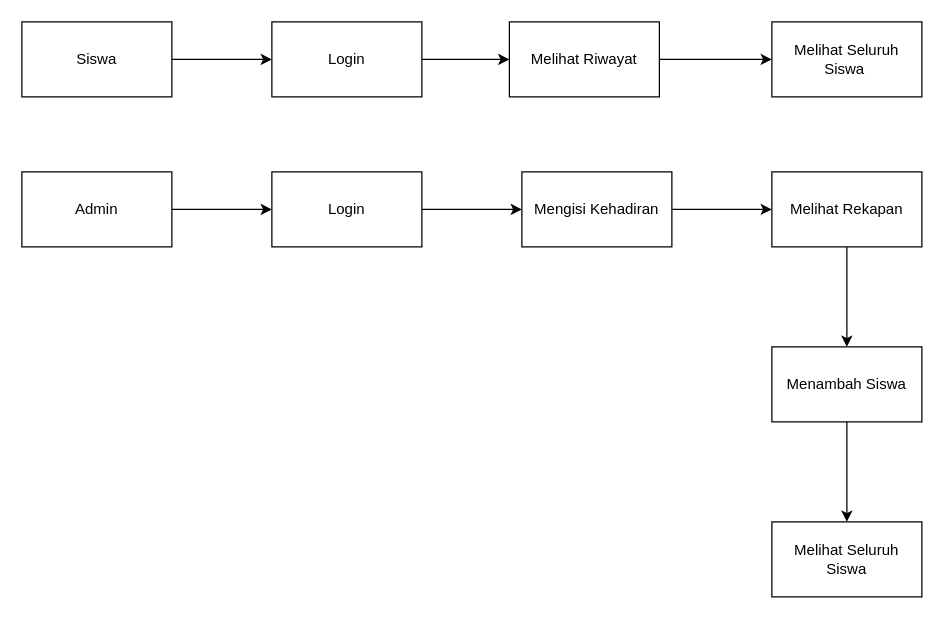
Above: Untitled Diagram.drawio in Tiaralstari/Tugass (draw.io), before the change. Source tidied: cells renumbered, new cells numbered last; positions are measured from the earlier drawing's top-left corner, leaving out a move shared by most shapes. Both pictures are drawn from the tidied source at 125%, with x=0, y=0 at pixel (21, 21).
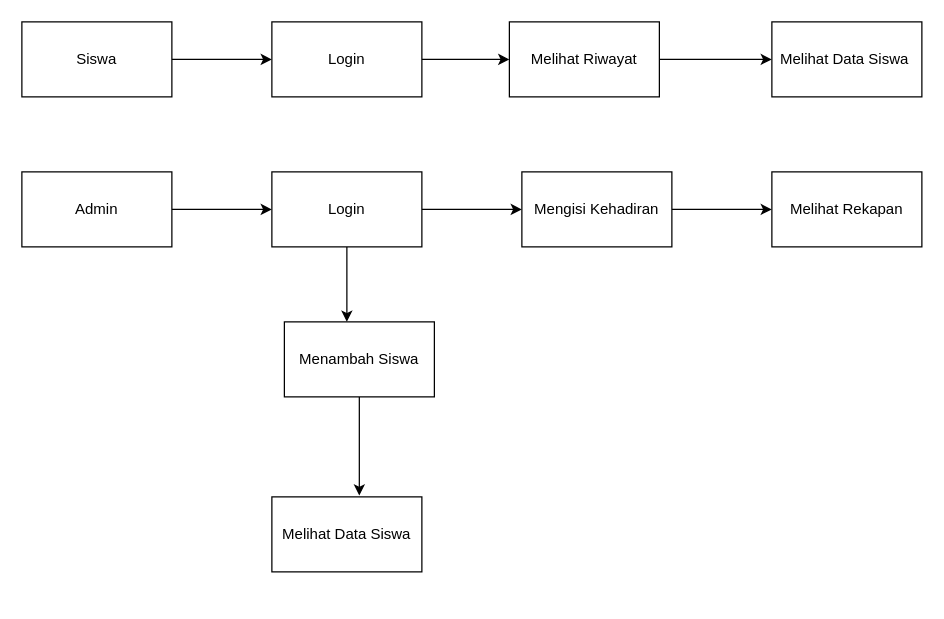
The same page after the edit.

Unchanged cells that the change refers to:
```xml
<mxCell id="12" value="Login" style="rounded=0;whiteSpace=wrap;html=1;" parent="1" vertex="1">
  <mxGeometry x="200" y="120" width="120" height="60" as="geometry" />
</mxCell>
<mxCell id="16" value="Melihat Rekapan" style="rounded=0;whiteSpace=wrap;html=1;" parent="1" vertex="1">
  <mxGeometry x="600" y="120" width="120" height="60" as="geometry" />
</mxCell>
```

What changed in the source:
```diff
@@
-    <mxCell id="8" value="Melihat Seluruh Siswa&amp;nbsp;" style="rounded=0;whiteSpace=wrap;html=1;" parent="1" vertex="1">
+    <mxCell id="8" value="Melihat Data Siswa&amp;nbsp;" style="rounded=0;whiteSpace=wrap;html=1;" parent="1" vertex="1">
       <mxGeometry x="600" width="120" height="60" as="geometry" />
     </mxCell>
@@
-    <mxCell id="15" style="edgeStyle=orthogonalEdgeStyle;rounded=0;jettySize=auto;html=1;" parent="1" edge="1" source="16" target="18">
-      <mxGeometry relative="1" as="geometry" />
-    </mxCell>
@@
-    <mxCell id="17" style="edgeStyle=orthogonalEdgeStyle;rounded=0;jettySize=auto;html=1;" parent="1" edge="1" source="18" target="19">
-      <mxGeometry relative="1" as="geometry" />
-    </mxCell>
     <mxCell id="18" value="Menambah Siswa" style="rounded=0;whiteSpace=wrap;html=1;" parent="1" vertex="1">
-      <mxGeometry x="600" y="260" width="120" height="60" as="geometry" />
+      <mxGeometry x="210" y="240" width="120" height="60" as="geometry" />
     </mxCell>
-    <mxCell id="19" value="Melihat Seluruh Siswa" style="rounded=0;whiteSpace=wrap;html=1;" parent="1" vertex="1">
-      <mxGeometry x="600" y="400" width="120" height="60" as="geometry" />
+    <mxCell id="19" value="Melihat Data Siswa" style="rounded=0;whiteSpace=wrap;html=1;" parent="1" vertex="1">
+      <mxGeometry x="200" y="380" width="120" height="60" as="geometry" />
     </mxCell>
+    <mxCell id="20" style="edgeStyle=orthogonalEdgeStyle;rounded=0;jettySize=auto;html=1;" parent="1" edge="1" source="12">
+      <mxGeometry relative="1" as="geometry">
+        <mxPoint x="260" y="240" as="targetPoint" />
+      </mxGeometry>
+    </mxCell>
+    <mxCell id="17" style="edgeStyle=orthogonalEdgeStyle;rounded=0;jettySize=auto;html=1;entryX=0.583;entryY=-0.017;entryDx=0;entryDy=0;entryPerimeter=0;" parent="1" edge="1" source="18" target="19">
+      <mxGeometry relative="1" as="geometry" />
+    </mxCell>
```
